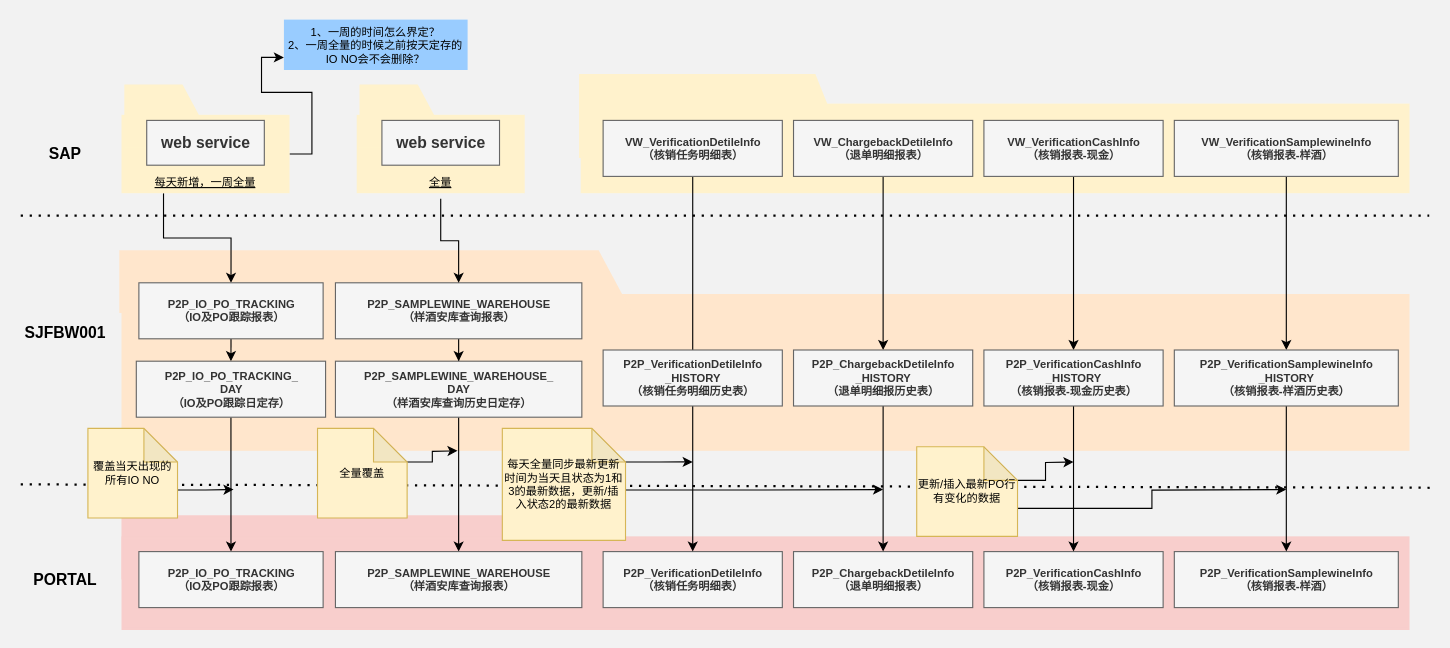
The draw.io diagram Untitled Diagram.drawio in ztacode/drawio, before the edit. Source tidied: cells renumbered, new cells numbered last; positions are measured from the earlier drawing's top-left corner, leaving out a move shared by most shapes. Both pictures are drawn from the tidied source at 112%, with x=0, y=0 at pixel (20, -20).
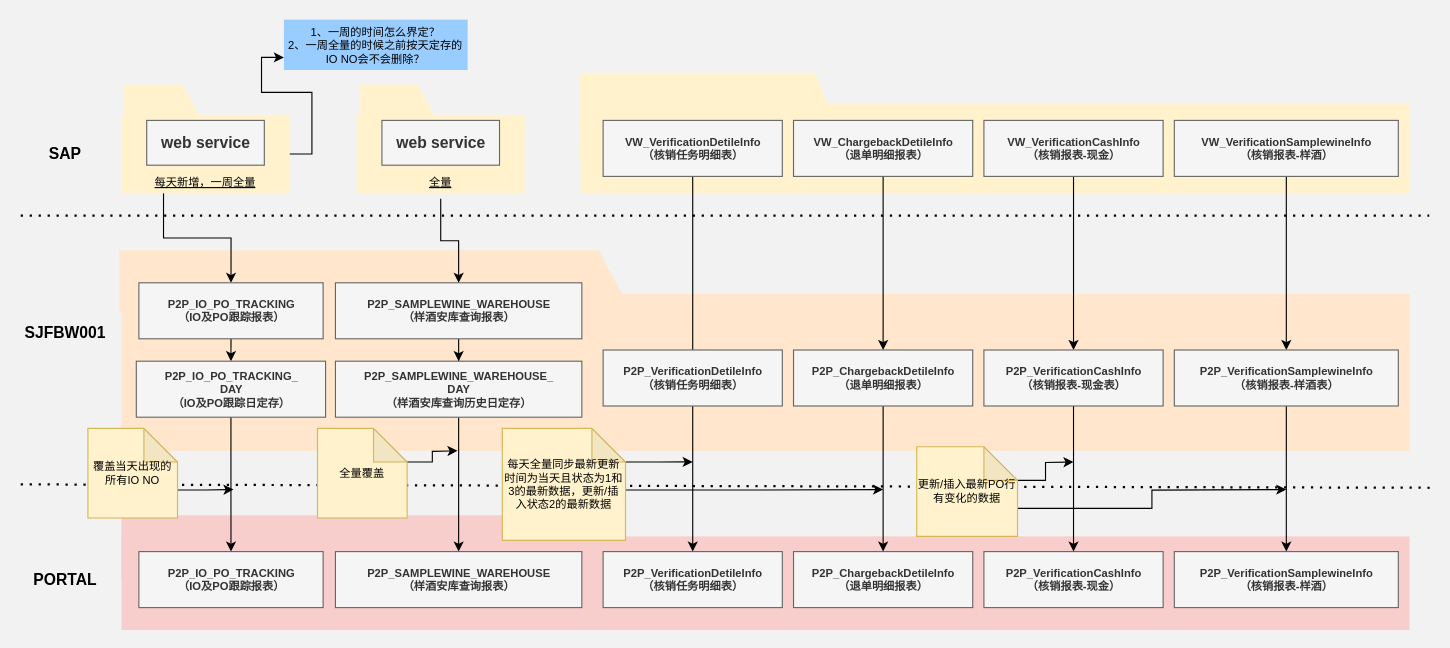
After the change.

The edit, as a diff of the source:
```diff
@@
-    <mxCell id="47" value="P2P_VerificationDetileInfo&lt;br&gt;_HISTORY&lt;br&gt;（核销任务明细历史表）" style="text;html=1;fontSize=10;fontStyle=1;verticalAlign=middle;align=center;rounded=0;shadow=0;sketch=0;arcSize=12;strokeWidth=1;fillColor=#f5f5f5;strokeColor=#666666;fontColor=#333333;" parent="1" vertex="1">
+    <mxCell id="47" value="P2P_VerificationDetileInfo&lt;br&gt;（核销任务明细表）" style="text;html=1;fontSize=10;fontStyle=1;verticalAlign=middle;align=center;rounded=0;shadow=0;sketch=0;arcSize=12;strokeWidth=1;fillColor=#f5f5f5;strokeColor=#666666;fontColor=#333333;" parent="1" vertex="1">
       <mxGeometry x="520" y="330" width="160" height="50" as="geometry" />
     </mxCell>
@@
-    <mxCell id="49" value="P2P_ChargebackDetileInfo&lt;br&gt;_HISTORY&lt;br&gt;（退单明细报历史表）" style="text;html=1;fontSize=10;fontStyle=1;verticalAlign=middle;align=center;rounded=0;shadow=0;sketch=0;arcSize=12;strokeWidth=1;fillColor=#f5f5f5;fontColor=#333333;strokeColor=#666666;" parent="1" vertex="1">
+    <mxCell id="49" value="P2P_ChargebackDetileInfo&lt;br&gt;（退单明细报表）" style="text;html=1;fontSize=10;fontStyle=1;verticalAlign=middle;align=center;rounded=0;shadow=0;sketch=0;arcSize=12;strokeWidth=1;fillColor=#f5f5f5;fontColor=#333333;strokeColor=#666666;" parent="1" vertex="1">
       <mxGeometry x="690" y="330" width="160" height="50" as="geometry" />
     </mxCell>
@@
-    <mxCell id="51" value="P2P_VerificationCashInfo&lt;br&gt;_HISTORY&lt;br&gt;（核销报表-现金历史表）" style="text;strokeColor=#666666;fillColor=#f5f5f5;html=1;fontSize=10;fontStyle=1;verticalAlign=middle;align=center;rounded=0;shadow=0;sketch=0;arcSize=12;strokeWidth=1;fontColor=#333333;" parent="1" vertex="1">
+    <mxCell id="51" value="P2P_VerificationCashInfo&lt;br&gt;（核销报表-现金表）" style="text;strokeColor=#666666;fillColor=#f5f5f5;html=1;fontSize=10;fontStyle=1;verticalAlign=middle;align=center;rounded=0;shadow=0;sketch=0;arcSize=12;strokeWidth=1;fontColor=#333333;" parent="1" vertex="1">
       <mxGeometry x="860" y="330" width="160" height="50" as="geometry" />
     </mxCell>
@@
-    <mxCell id="53" value="P2P_VerificationSamplewineInfo&lt;br&gt;_HISTORY&lt;br&gt;（核销报表-样酒历史表）" style="text;strokeColor=#666666;fillColor=#f5f5f5;html=1;fontSize=10;fontStyle=1;verticalAlign=middle;align=center;rounded=0;shadow=0;sketch=0;arcSize=12;strokeWidth=1;fontColor=#333333;" parent="1" vertex="1">
+    <mxCell id="53" value="P2P_VerificationSamplewineInfo&lt;br&gt;（核销报表-样酒表）" style="text;strokeColor=#666666;fillColor=#f5f5f5;html=1;fontSize=10;fontStyle=1;verticalAlign=middle;align=center;rounded=0;shadow=0;sketch=0;arcSize=12;strokeWidth=1;fontColor=#333333;" parent="1" vertex="1">
       <mxGeometry x="1030" y="330" width="200" height="50" as="geometry" />
     </mxCell>
```
